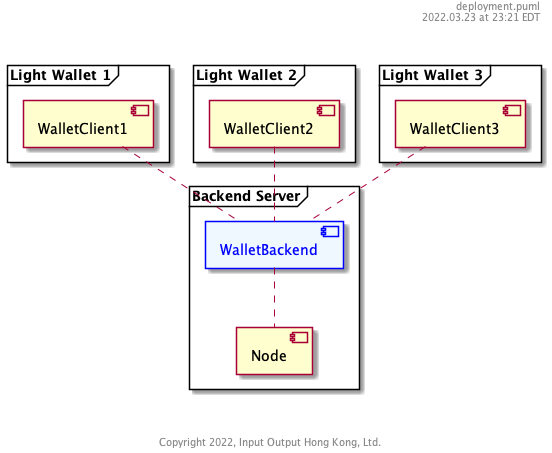
The PlantUML diagram components/WalletBackend/deployment.png in midnightntwrk/midnight-architecture, before a commit.
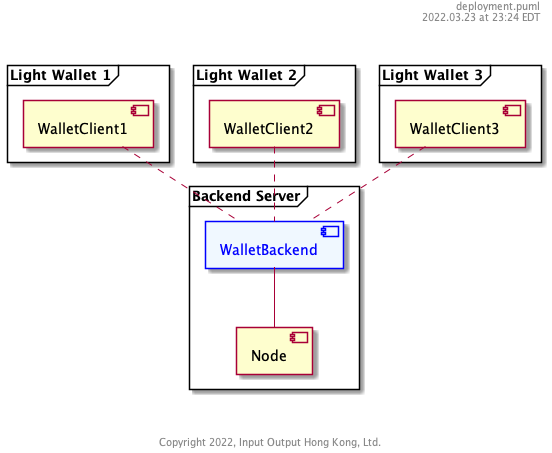
Above is the later version.

Commit message:
tighter connection line in deployment diagram

Diff of the diagram source:
```diff
@@ -22,7 +22,7 @@
 [WalletClient3] .. [WalletBackend]
 
 
-[WalletBackend] .. [Node]
+[WalletBackend] -- [Node]
 
 footer \n\n\nCopyright %date("yyyy"), Input Output Hong Kong, Ltd.
 @enduml
```
